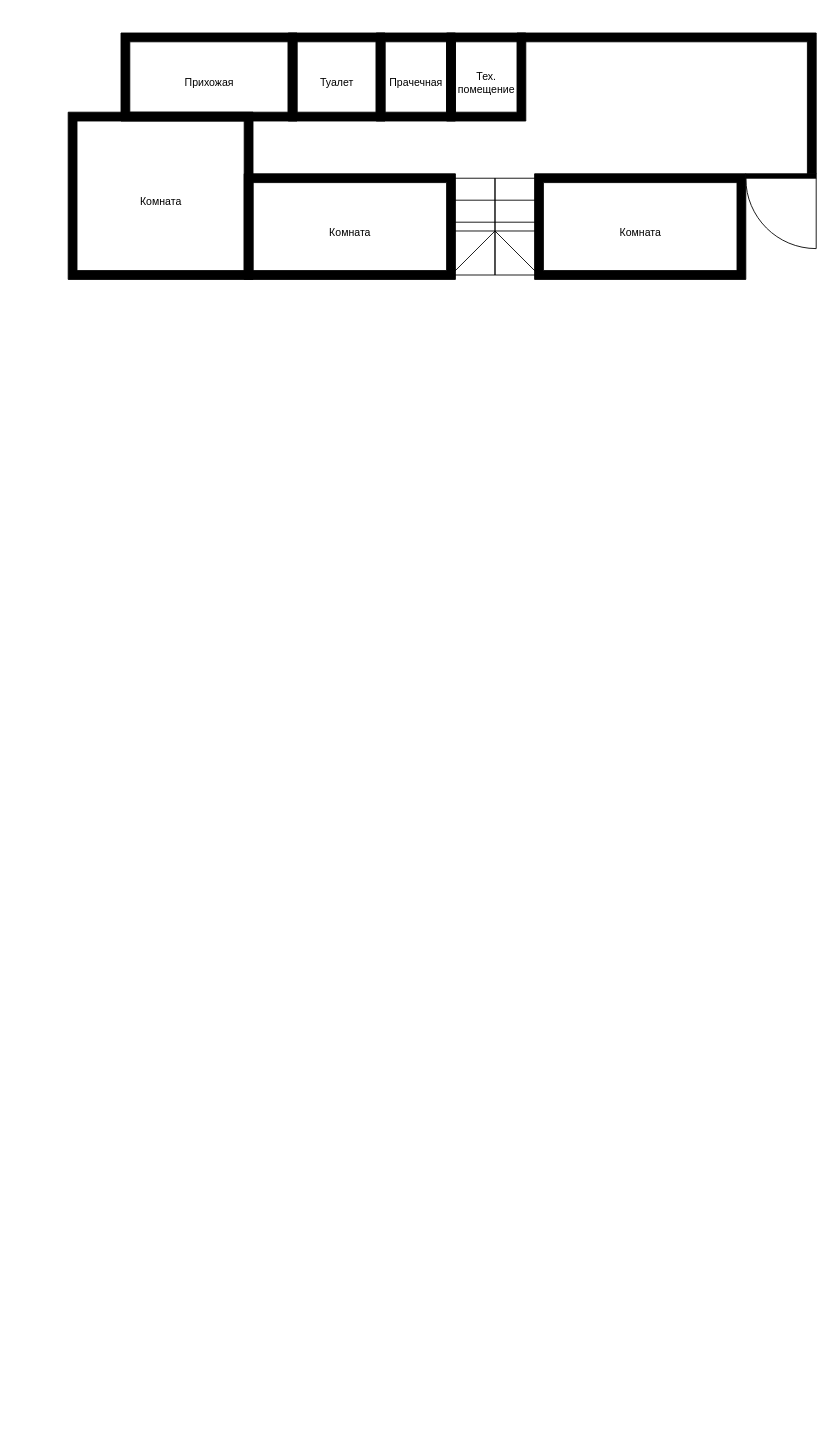
The draw.io diagram Энгельса- горизонтальная проекция.drawio in shramko-alexey/docs, before the edit. Source tidied: cells renumbered, new cells numbered last; positions are measured from the earlier drawing's top-left corner, leaving out a move shared by most shapes. Both pictures are drawn from the tidied source at 88%, with x=0, y=0 at pixel (68, 33).
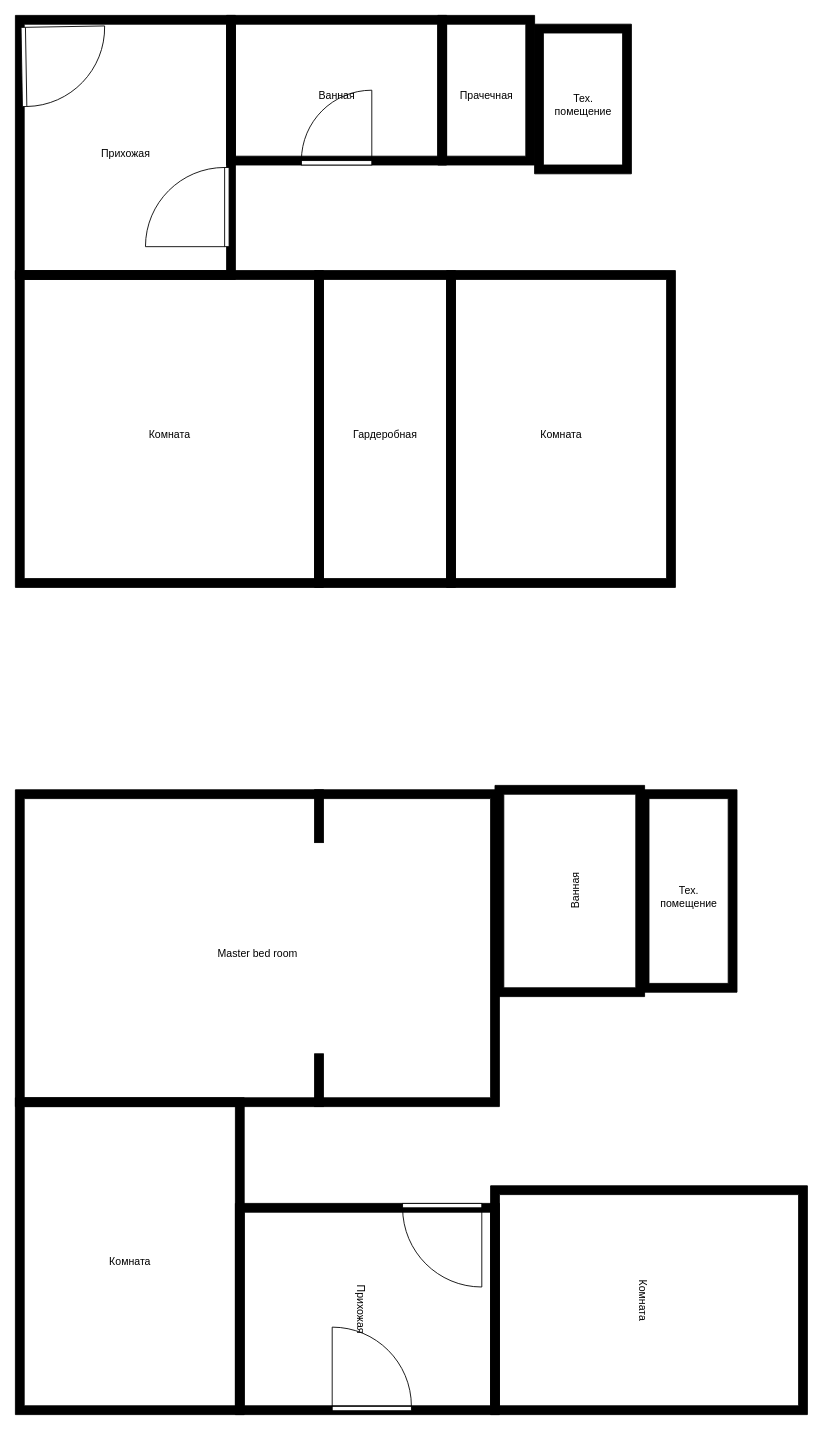
After the change.

Change to the diagram source:
```diff
@@
     <mxCell id="2" value="Прихожая" style="verticalLabelPosition=center;html=1;verticalAlign=center;align=center;shape=mxgraph.floorplan.room;fillColor=#000000;" parent="1" vertex="1">
-      <mxGeometry x="60" width="200" height="100" as="geometry" />
+      <mxGeometry x="-60" y="-20" width="250" height="300" as="geometry" />
     </mxCell>
     <mxCell id="3" value="Комната" style="verticalLabelPosition=center;html=1;verticalAlign=center;align=center;shape=mxgraph.floorplan.room;fillColor=#000000;" parent="1" vertex="1">
-      <mxGeometry y="90" width="210" height="190" as="geometry" />
+      <mxGeometry x="-60" y="270" width="350" height="360" as="geometry" />
     </mxCell>
-    <mxCell id="4" value="Туалет" style="verticalLabelPosition=center;html=1;verticalAlign=center;align=center;shape=mxgraph.floorplan.room;fillColor=#000000;" parent="1" vertex="1">
-      <mxGeometry x="250" width="110" height="100" as="geometry" />
-    </mxCell>
     <mxCell id="5" value="Комната" style="verticalLabelPosition=center;html=1;verticalAlign=center;align=center;shape=mxgraph.floorplan.room;fillColor=#000000;" parent="1" vertex="1">
-      <mxGeometry x="200" y="160" width="240" height="120" as="geometry" />
+      <mxGeometry x="430" y="270" width="260" height="360" as="geometry" />
     </mxCell>
     <mxCell id="6" value="Прачечная" style="verticalLabelPosition=center;html=1;verticalAlign=center;align=center;shape=mxgraph.floorplan.room;fillColor=#000000;" parent="1" vertex="1">
-      <mxGeometry x="350" width="90" height="100" as="geometry" />
+      <mxGeometry x="420" y="-20" width="110" height="170" as="geometry" />
     </mxCell>
-    <mxCell id="7" value="Тех. &lt;br&gt;помещение" style="verticalLabelPosition=center;html=1;verticalAlign=center;align=center;shape=mxgraph.floorplan.room;fillColor=#000000;" parent="1" vertex="1">
-      <mxGeometry x="430" width="90" height="100" as="geometry" />
+    <mxCell id="7" value="Тех. &lt;br&gt;помещение" style="verticalLabelPosition=center;html=1;verticalAlign=center;align=center;shape=mxgraph.floorplan.room;fillColor=#000000;rotation=0;" parent="1" vertex="1">
+      <mxGeometry x="650" y="860" width="110" height="230" as="geometry" />
     </mxCell>
-    <mxCell id="8" value="Комната" style="verticalLabelPosition=center;html=1;verticalAlign=center;align=center;shape=mxgraph.floorplan.room;fillColor=#000000;" parent="1" vertex="1">
-      <mxGeometry x="530" y="160" width="240" height="120" as="geometry" />
+    <mxCell id="8" value="Ванная" style="verticalLabelPosition=center;html=1;verticalAlign=center;align=center;shape=mxgraph.floorplan.room;fillColor=#000000;" parent="1" vertex="1">
+      <mxGeometry x="180" y="-20" width="250" height="170" as="geometry" />
     </mxCell>
-    <mxCell id="9" style="verticalLabelPosition=bottom;html=1;verticalAlign=top;align=center;shape=mxgraph.floorplan.stairsRest;fillColor=none;rotation=90;" parent="1" vertex="1">
-      <mxGeometry x="430" y="170" width="110" height="100" as="geometry" />
-    </mxCell>
-    <mxCell id="10" style="verticalLabelPosition=bottom;html=1;verticalAlign=top;align=center;shape=mxgraph.floorplan.wallCorner;fillColor=#000000;direction=south;" parent="1" vertex="1">
-      <mxGeometry x="510" width="340" height="160" as="geometry" />
-    </mxCell>
-    <mxCell id="11" style="verticalLabelPosition=bottom;html=1;verticalAlign=top;align=center;shape=mxgraph.floorplan.doorRight;fillColor=#000000;" parent="1" vertex="1">
-      <mxGeometry x="770" y="160" width="80" height="85" as="geometry" />
-    </mxCell>
+    <mxCell id="12" style="verticalLabelPosition=bottom;html=1;verticalAlign=top;align=center;shape=mxgraph.floorplan.doorRight;rotation=90;" parent="1" vertex="1">
+      <mxGeometry x="90" y="150" width="90" height="95.6" as="geometry" />
+    </mxCell>
+    <mxCell id="13" style="verticalLabelPosition=bottom;html=1;verticalAlign=top;align=center;shape=mxgraph.floorplan.doorRight;rotation=-91;" parent="1" vertex="1">
+      <mxGeometry x="-50" y="-10" width="90" height="95.6" as="geometry" />
+    </mxCell>
+    <mxCell id="14" style="verticalLabelPosition=bottom;html=1;verticalAlign=top;align=center;shape=mxgraph.floorplan.doorLeft;rotation=-180;" parent="1" vertex="1">
+      <mxGeometry x="265" y="65" width="80" height="85" as="geometry" />
+    </mxCell>
+    <mxCell id="15" value="Гардеробная" style="verticalLabelPosition=center;html=1;verticalAlign=center;align=center;shape=mxgraph.floorplan.room;fillColor=strokeColor;" parent="1" vertex="1">
+      <mxGeometry x="280" y="270" width="160" height="360" as="geometry" />
+    </mxCell>
+    <mxCell id="16" value="Master bed room" style="verticalLabelPosition=center;html=1;verticalAlign=center;align=center;shape=mxgraph.floorplan.room;fillColor=strokeColor;" parent="1" vertex="1">
+      <mxGeometry x="-60" y="860" width="550" height="360" as="geometry" />
+    </mxCell>
+    <mxCell id="17" style="verticalLabelPosition=bottom;html=1;verticalAlign=top;align=center;shape=mxgraph.floorplan.wall;fillColor=strokeColor;direction=south;" parent="1" vertex="1">
+      <mxGeometry x="280" y="860" width="10" height="60" as="geometry" />
+    </mxCell>
+    <mxCell id="18" style="verticalLabelPosition=bottom;html=1;verticalAlign=top;align=center;shape=mxgraph.floorplan.wall;fillColor=strokeColor;direction=south;" parent="1" vertex="1">
+      <mxGeometry x="280" y="1160" width="10" height="60" as="geometry" />
+    </mxCell>
+    <mxCell id="19" value="Прихожая" style="verticalLabelPosition=center;html=1;verticalAlign=center;align=center;shape=mxgraph.floorplan.room;fillColor=#000000;rotation=90;" parent="1" vertex="1">
+      <mxGeometry x="220" y="1300" width="240" height="300" as="geometry" />
+    </mxCell>
+    <mxCell id="20" value="Комната" style="verticalLabelPosition=center;html=1;verticalAlign=center;align=center;shape=mxgraph.floorplan.room;fillColor=#000000;" parent="1" vertex="1">
+      <mxGeometry x="-60" y="1210" width="260" height="360" as="geometry" />
+    </mxCell>
+    <mxCell id="21" style="verticalLabelPosition=bottom;html=1;verticalAlign=top;align=center;shape=mxgraph.floorplan.doorRight;rotation=0;" parent="1" vertex="1">
+      <mxGeometry x="380" y="1330" width="90" height="95.6" as="geometry" />
+    </mxCell>
+    <mxCell id="22" style="verticalLabelPosition=bottom;html=1;verticalAlign=top;align=center;shape=mxgraph.floorplan.doorRight;rotation=-180;" parent="1" vertex="1">
+      <mxGeometry x="300" y="1470" width="90" height="95.6" as="geometry" />
+    </mxCell>
+    <mxCell id="23" value="Ванная" style="verticalLabelPosition=center;html=1;verticalAlign=center;align=center;shape=mxgraph.floorplan.room;fillColor=#000000;rotation=-90;" parent="1" vertex="1">
+      <mxGeometry x="450" y="890" width="240" height="170" as="geometry" />
+    </mxCell>
+    <mxCell id="24" value="Тех. &lt;br&gt;помещение" style="verticalLabelPosition=center;html=1;verticalAlign=center;align=center;shape=mxgraph.floorplan.room;fillColor=#000000;" parent="1" vertex="1">
+      <mxGeometry x="530" y="-10" width="110" height="170" as="geometry" />
+    </mxCell>
+    <mxCell id="25" value="Комната" style="verticalLabelPosition=center;html=1;verticalAlign=center;align=center;shape=mxgraph.floorplan.room;fillColor=#000000;rotation=90;" parent="1" vertex="1">
+      <mxGeometry x="530" y="1260" width="260" height="360" as="geometry" />
+    </mxCell>
```
